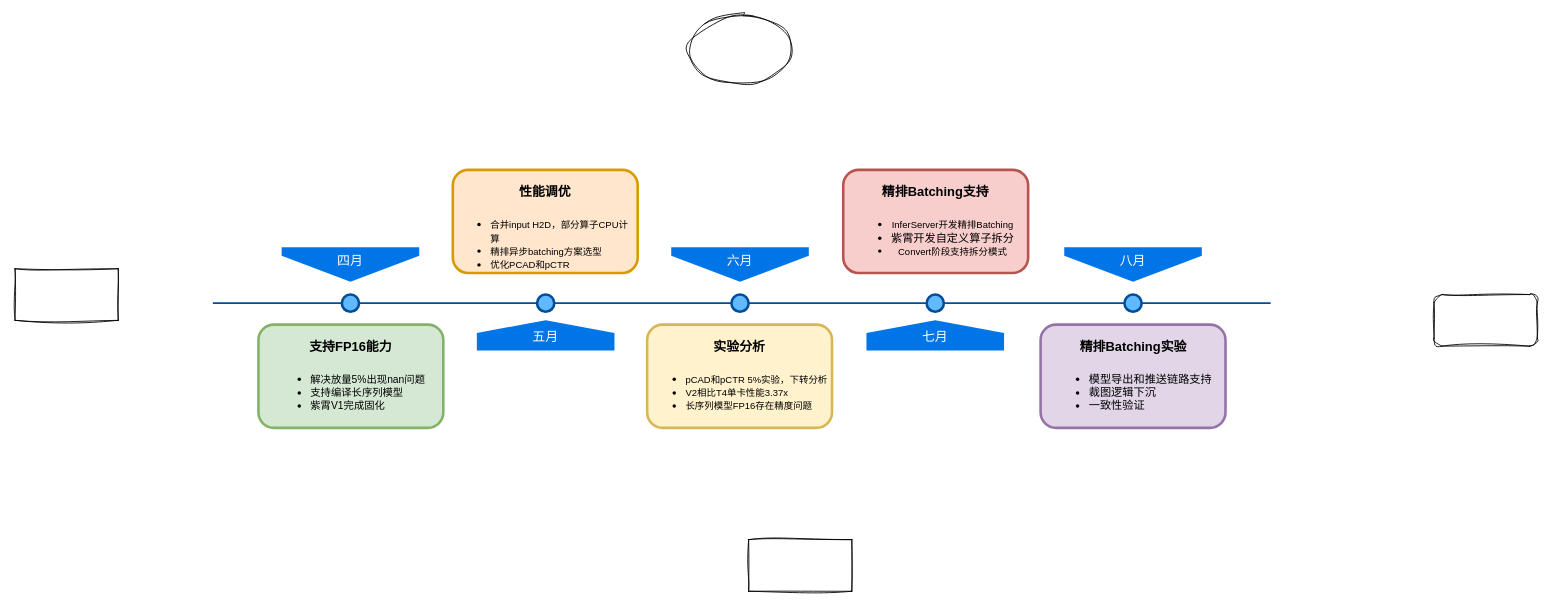
JackHsiung/totoro keeps this draw.io diagram as 紫霄Work Pipeline.drawio. Above is the earlier version. Source tidied: cells renumbered, new cells numbered last; positions are measured from the earlier drawing's top-left corner, leaving out a move shared by most shapes. Both pictures are drawn from the tidied source at 86%, with x=0, y=0 at pixel (15, 15).
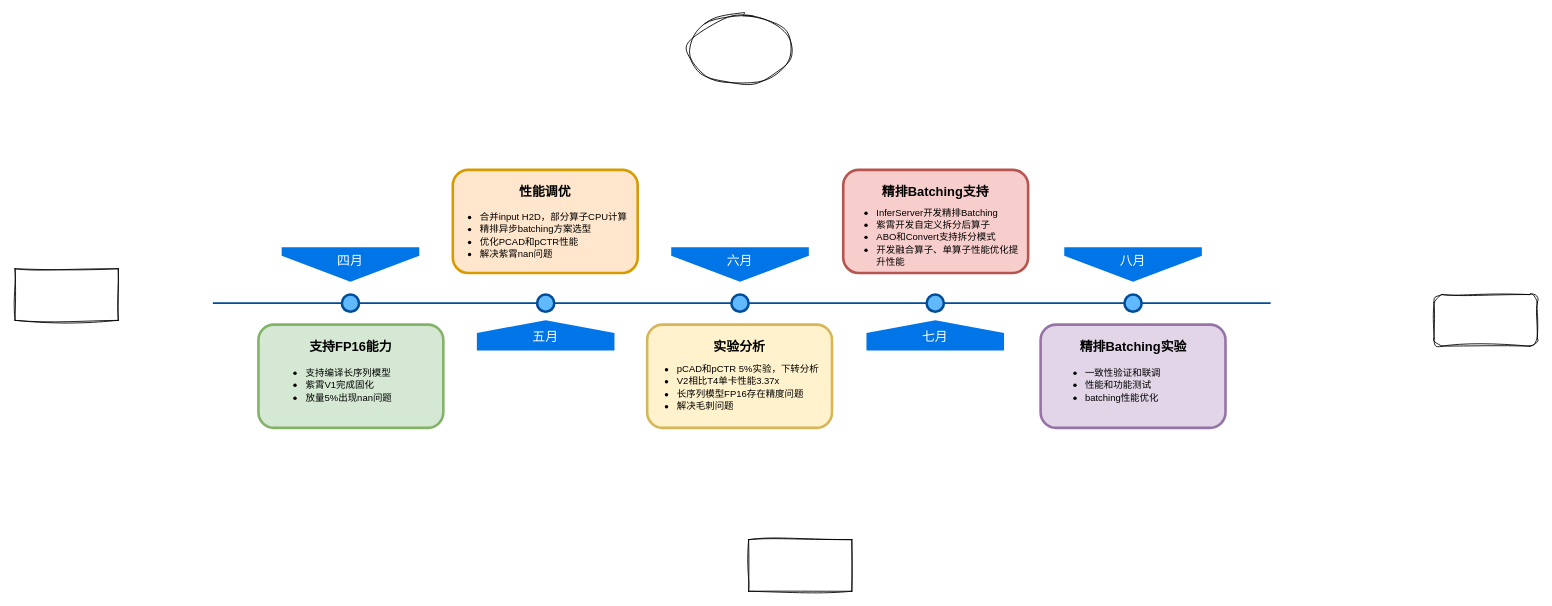
The same page after the edit.

The edit, as a diff of the source:
```diff
@@
-    <mxCell id="11" value="&lt;h1&gt;&lt;font style=&quot;font-size: 15px;&quot;&gt;支持FP16能力&lt;/font&gt;&lt;/h1&gt;&lt;div&gt;&lt;ul&gt;&lt;li style=&quot;text-align: left;&quot;&gt;&lt;font style=&quot;font-size: 12px;&quot;&gt;解决放量5%出现nan问题&lt;/font&gt;&lt;/li&gt;&lt;li style=&quot;text-align: left;&quot;&gt;&lt;font style=&quot;font-size: 12px;&quot;&gt;支持编译长序列模型&lt;/font&gt;&lt;/li&gt;&lt;li style=&quot;text-align: left;&quot;&gt;&lt;font style=&quot;font-size: 12px;&quot;&gt;紫霄V1完成固化&lt;/font&gt;&lt;/li&gt;&lt;/ul&gt;&lt;/div&gt;" style="text;html=1;spacing=5;spacingTop=-20;whiteSpace=wrap;overflow=hidden;strokeColor=#82b366;strokeWidth=3;fillColor=#d5e8d4;fontSize=13;align=center;rounded=1;" parent="1" vertex="1">
+    <mxCell id="11" value="&lt;h1&gt;&lt;font style=&quot;font-size: 15px;&quot;&gt;支持FP16能力&lt;/font&gt;&lt;/h1&gt;" style="text;html=1;spacing=5;spacingTop=-20;whiteSpace=wrap;overflow=hidden;strokeColor=#82b366;strokeWidth=3;fillColor=#d5e8d4;fontSize=13;align=center;rounded=1;" parent="1" vertex="1">
       <mxGeometry x="283" y="360" width="215" height="120" as="geometry" />
     </mxCell>
-    <mxCell id="12" value="&lt;h1&gt;&lt;font style=&quot;font-size: 15px;&quot;&gt;性能调优&lt;/font&gt;&lt;/h1&gt;&lt;p style=&quot;text-align: left;&quot;&gt;&lt;/p&gt;&lt;ul&gt;&lt;li style=&quot;text-align: left;&quot;&gt;&lt;font style=&quot;font-size: 11px;&quot;&gt;合并input H2D，部分算子CPU计算&lt;/font&gt;&lt;/li&gt;&lt;li style=&quot;text-align: left;&quot;&gt;&lt;span style=&quot;font-size: 11px; background-color: transparent; color: light-dark(rgb(0, 0, 0), rgb(237, 237, 237));&quot;&gt;精排异步batching方案选型&lt;/span&gt;&lt;/li&gt;&lt;li style=&quot;text-align: left;&quot;&gt;&lt;span style=&quot;font-size: 11px; background-color: transparent; color: light-dark(rgb(0, 0, 0), rgb(237, 237, 237));&quot;&gt;优化PCAD和pCTR&lt;/span&gt;&lt;/li&gt;&lt;/ul&gt;&lt;p&gt;&lt;/p&gt;&lt;p&gt;&lt;br&gt;&lt;/p&gt;" style="text;html=1;spacing=5;spacingTop=-20;whiteSpace=wrap;overflow=hidden;strokeColor=#d79b00;strokeWidth=3;fillColor=#ffe6cc;fontSize=13;align=center;rounded=1;" parent="1" vertex="1">
+    <mxCell id="12" value="&lt;h1&gt;&lt;font style=&quot;font-size: 15px;&quot;&gt;性能调优&lt;/font&gt;&lt;/h1&gt;&lt;p&gt;&lt;/p&gt;&lt;p&gt;&lt;br&gt;&lt;/p&gt;" style="text;html=1;spacing=5;spacingTop=-20;whiteSpace=wrap;overflow=hidden;strokeColor=#d79b00;strokeWidth=3;fillColor=#ffe6cc;fontSize=13;align=center;rounded=1;" parent="1" vertex="1">
       <mxGeometry x="509" y="180" width="215" height="120" as="geometry" />
     </mxCell>
-    <mxCell id="13" value="&lt;h1&gt;&lt;font style=&quot;font-size: 15px;&quot;&gt;实验分析&lt;br&gt;&lt;/font&gt;&lt;/h1&gt;&lt;div style=&quot;text-align: left;&quot;&gt;&lt;ul&gt;&lt;li&gt;&lt;font style=&quot;font-size: 11px;&quot;&gt;pCAD和pCTR 5%实验，下转分析&lt;/font&gt;&lt;/li&gt;&lt;li&gt;&lt;font style=&quot;font-size: 11px;&quot;&gt;V2相比T4单卡性能3.37x&lt;/font&gt;&lt;/li&gt;&lt;li&gt;&lt;font style=&quot;font-size: 11px;&quot;&gt;长序列模型FP16存在精度问题&lt;/font&gt;&lt;/li&gt;&lt;/ul&gt;&lt;/div&gt;&lt;div&gt;&lt;font style=&quot;font-size: 11px;&quot;&gt;&lt;br&gt;&lt;/font&gt;&lt;/div&gt;&lt;div&gt;&lt;font style=&quot;font-size: 11px;&quot;&gt;&lt;br&gt;&lt;/font&gt;&lt;/div&gt;" style="text;html=1;spacing=5;spacingTop=-20;whiteSpace=wrap;overflow=hidden;strokeColor=#d6b656;strokeWidth=3;fillColor=#fff2cc;fontSize=13;align=center;rounded=1;" parent="1" vertex="1">
+    <mxCell id="13" value="&lt;h1&gt;&lt;font style=&quot;font-size: 15px;&quot;&gt;实验分析&lt;/font&gt;&lt;/h1&gt;&lt;div&gt;&lt;font style=&quot;font-size: 11px;&quot;&gt;&lt;br&gt;&lt;/font&gt;&lt;/div&gt;&lt;div&gt;&lt;font style=&quot;font-size: 11px;&quot;&gt;&lt;br&gt;&lt;/font&gt;&lt;/div&gt;" style="text;html=1;spacing=5;spacingTop=-20;whiteSpace=wrap;overflow=hidden;strokeColor=#d6b656;strokeWidth=3;fillColor=#fff2cc;fontSize=13;align=center;rounded=1;" parent="1" vertex="1">
       <mxGeometry x="735" y="360" width="215" height="120" as="geometry" />
     </mxCell>
-    <mxCell id="14" value="&lt;h1&gt;&lt;font style=&quot;font-size: 15px;&quot;&gt;精排Batching支持&lt;/font&gt;&lt;/h1&gt;&lt;p style=&quot;text-align: left;&quot;&gt;&lt;/p&gt;&lt;ul&gt;&lt;li&gt;&lt;font style=&quot;font-size: 11px;&quot;&gt;InferServer开发精排Batching&lt;/font&gt;&lt;/li&gt;&lt;li&gt;紫霄开发自定义算子拆分&lt;/li&gt;&lt;li&gt;&lt;font style=&quot;font-size: 11px;&quot;&gt;Convert阶段支持拆分模式&lt;/font&gt;&lt;/li&gt;&lt;/ul&gt;&lt;p&gt;&lt;/p&gt;" style="text;html=1;spacing=5;spacingTop=-20;whiteSpace=wrap;overflow=hidden;strokeColor=#b85450;strokeWidth=3;fillColor=#f8cecc;fontSize=13;align=center;rounded=1;" parent="1" vertex="1">
+    <mxCell id="14" value="&lt;h1&gt;&lt;font style=&quot;font-size: 15px;&quot;&gt;精排Batching支持&lt;/font&gt;&lt;/h1&gt;&lt;p&gt;&lt;/p&gt;" style="text;html=1;spacing=5;spacingTop=-20;whiteSpace=wrap;overflow=hidden;strokeColor=#b85450;strokeWidth=3;fillColor=#f8cecc;fontSize=13;align=center;rounded=1;" parent="1" vertex="1">
       <mxGeometry x="963" y="180" width="215" height="120" as="geometry" />
     </mxCell>
@@
-    <mxCell id="16" value="&lt;h1&gt;&lt;font style=&quot;font-size: 15px;&quot;&gt;精排Batching实验&lt;/font&gt;&lt;/h1&gt;&lt;p style=&quot;text-align: left;&quot;&gt;&lt;/p&gt;&lt;ul&gt;&lt;li style=&quot;text-align: left;&quot;&gt;模型导出和推送链路支持&lt;/li&gt;&lt;li style=&quot;text-align: left;&quot;&gt;裁图逻辑下沉&lt;/li&gt;&lt;li style=&quot;text-align: left;&quot;&gt;一致性验证&lt;/li&gt;&lt;/ul&gt;&lt;p&gt;&lt;/p&gt;" style="text;html=1;spacing=5;spacingTop=-20;whiteSpace=wrap;overflow=hidden;strokeColor=#9673a6;strokeWidth=3;fillColor=#e1d5e7;fontSize=13;align=center;rounded=1;" parent="1" vertex="1">
+    <mxCell id="16" value="&lt;h1&gt;&lt;font style=&quot;font-size: 15px;&quot;&gt;精排Batching实验&lt;/font&gt;&lt;/h1&gt;&lt;p&gt;&lt;/p&gt;" style="text;html=1;spacing=5;spacingTop=-20;whiteSpace=wrap;overflow=hidden;strokeColor=#9673a6;strokeWidth=3;fillColor=#e1d5e7;fontSize=13;align=center;rounded=1;" parent="1" vertex="1">
       <mxGeometry x="1192.5" y="360" width="215" height="120" as="geometry" />
     </mxCell>
@@
+    <mxCell id="22" value="&lt;ul style=&quot;font-family: Helvetica;&quot;&gt;&lt;li style=&quot;text-align: left;&quot;&gt;&lt;font style=&quot;font-size: 11px;&quot;&gt;合并input H2D，部分算子CPU计算&lt;/font&gt;&lt;/li&gt;&lt;li style=&quot;text-align: left;&quot;&gt;&lt;span style=&quot;background-color: transparent; color: light-dark(rgb(0, 0, 0), rgb(237, 237, 237));&quot;&gt;&lt;font style=&quot;font-size: 11px;&quot;&gt;精排异步batching方案选型&lt;/font&gt;&lt;/span&gt;&lt;/li&gt;&lt;li style=&quot;text-align: left;&quot;&gt;&lt;span style=&quot;background-color: transparent; color: light-dark(rgb(0, 0, 0), rgb(237, 237, 237));&quot;&gt;&lt;font style=&quot;font-size: 11px;&quot;&gt;优化PCAD和pCTR性能&lt;/font&gt;&lt;/span&gt;&lt;/li&gt;&lt;li style=&quot;text-align: left;&quot;&gt;&lt;font style=&quot;font-size: 11px;&quot;&gt;解决紫霄nan问题&lt;/font&gt;&lt;/li&gt;&lt;/ul&gt;" style="text;html=1;align=center;verticalAlign=middle;whiteSpace=wrap;rounded=0;fontFamily=Architects Daughter;" parent="1" vertex="1">
+      <mxGeometry x="498" y="218" width="217" height="75" as="geometry" />
+    </mxCell>
+    <mxCell id="23" value="&lt;ul style=&quot;font-family: Helvetica; text-align: left;&quot;&gt;&lt;li style=&quot;&quot;&gt;&lt;font style=&quot;font-size: 11px;&quot;&gt;pCAD和pCTR 5%实验，下转分析&lt;/font&gt;&lt;/li&gt;&lt;li style=&quot;&quot;&gt;&lt;font style=&quot;font-size: 11px;&quot;&gt;V2相比T4单卡性能3.37x&lt;/font&gt;&lt;/li&gt;&lt;li style=&quot;&quot;&gt;&lt;font style=&quot;font-size: 11px;&quot;&gt;长序列模型FP16存在精度问题&lt;/font&gt;&lt;/li&gt;&lt;li style=&quot;&quot;&gt;&lt;font style=&quot;font-size: 11px;&quot;&gt;解决毛刺问题&lt;/font&gt;&lt;/li&gt;&lt;/ul&gt;" style="text;html=1;align=center;verticalAlign=middle;whiteSpace=wrap;rounded=0;fontFamily=Architects Daughter;" parent="1" vertex="1">
+      <mxGeometry x="724" y="395" width="217" height="75" as="geometry" />
+    </mxCell>
+    <mxCell id="24" value="&lt;ul style=&quot;font-family: Helvetica;&quot;&gt;&lt;li style=&quot;text-align: left;&quot;&gt;&lt;font style=&quot;font-size: 11px;&quot;&gt;支持编译长序列模型&lt;/font&gt;&lt;/li&gt;&lt;li style=&quot;text-align: left;&quot;&gt;&lt;font style=&quot;font-size: 11px;&quot;&gt;紫霄V1完成固化&lt;/font&gt;&lt;/li&gt;&lt;li style=&quot;text-align: left;&quot;&gt;&lt;font style=&quot;font-size: 11px;&quot;&gt;放量5%出现nan问题&lt;/font&gt;&lt;/li&gt;&lt;/ul&gt;" style="text;html=1;align=center;verticalAlign=middle;whiteSpace=wrap;rounded=0;fontFamily=Architects Daughter;" parent="1" vertex="1">
+      <mxGeometry x="260" y="392.5" width="217" height="75" as="geometry" />
+    </mxCell>
+    <mxCell id="25" value="&lt;ul style=&quot;font-family: Helvetica; text-align: left;&quot;&gt;&lt;li style=&quot;&quot;&gt;&lt;font style=&quot;font-size: 11px;&quot;&gt;InferServer开发精排Batching&lt;/font&gt;&lt;/li&gt;&lt;li style=&quot;&quot;&gt;&lt;font style=&quot;font-size: 11px;&quot;&gt;紫霄开发自定义拆分后算子&lt;/font&gt;&lt;/li&gt;&lt;li style=&quot;&quot;&gt;&lt;font style=&quot;font-size: 11px;&quot;&gt;ABO和Convert支持拆分模式&lt;/font&gt;&lt;/li&gt;&lt;li style=&quot;&quot;&gt;&lt;font style=&quot;font-size: 11px;&quot;&gt;开发融合算子、单算子性能优化提升性能&lt;/font&gt;&lt;/li&gt;&lt;/ul&gt;" style="text;html=1;align=center;verticalAlign=middle;whiteSpace=wrap;rounded=0;fontFamily=Architects Daughter;" parent="1" vertex="1">
+      <mxGeometry x="961" y="220" width="217" height="75" as="geometry" />
+    </mxCell>
+    <mxCell id="26" value="&lt;ul style=&quot;font-family: Helvetica;&quot;&gt;&lt;li style=&quot;text-align: left;&quot;&gt;&lt;font style=&quot;font-size: 11px;&quot;&gt;一致性验证和联调&lt;/font&gt;&lt;/li&gt;&lt;li style=&quot;text-align: left;&quot;&gt;&lt;span style=&quot;font-size: 11px;&quot;&gt;性能和功能测试&lt;/span&gt;&lt;/li&gt;&lt;li style=&quot;text-align: left;&quot;&gt;&lt;span style=&quot;font-size: 11px;&quot;&gt;batching性能优化&lt;/span&gt;&lt;/li&gt;&lt;/ul&gt;" style="text;html=1;align=center;verticalAlign=middle;whiteSpace=wrap;rounded=0;fontFamily=Architects Daughter;" parent="1" vertex="1">
+      <mxGeometry x="1180" y="395" width="177" height="70" as="geometry" />
+    </mxCell>
```
